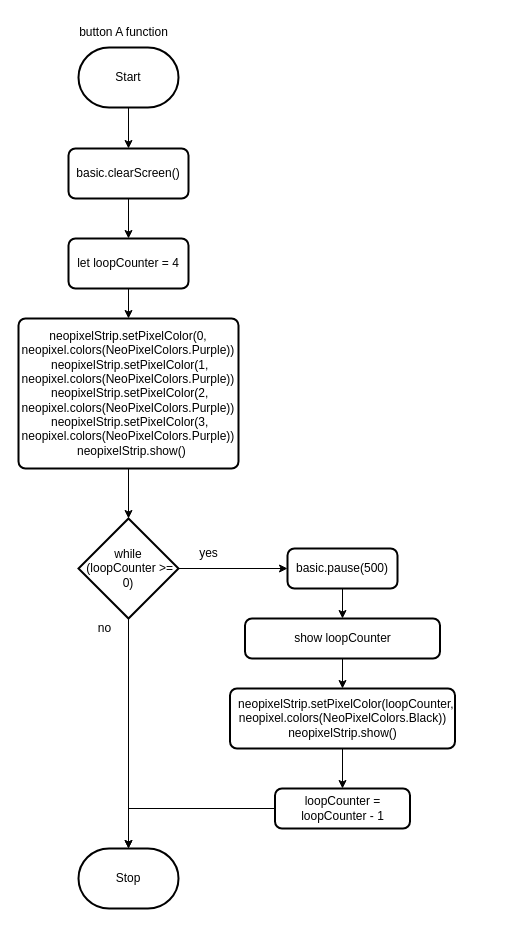
Before: design/flowchart.drawio in MTHS-TEJ2O-1-2023/TEJ2O-Unit-2-13-Liya-Getachew, a draw.io diagram. Source tidied: cells renumbered, new cells numbered last; positions are measured from the earlier drawing's top-left corner, leaving out a move shared by most shapes. Both pictures are drawn from the tidied source at 100%, with x=0, y=0 at pixel (18, 17).
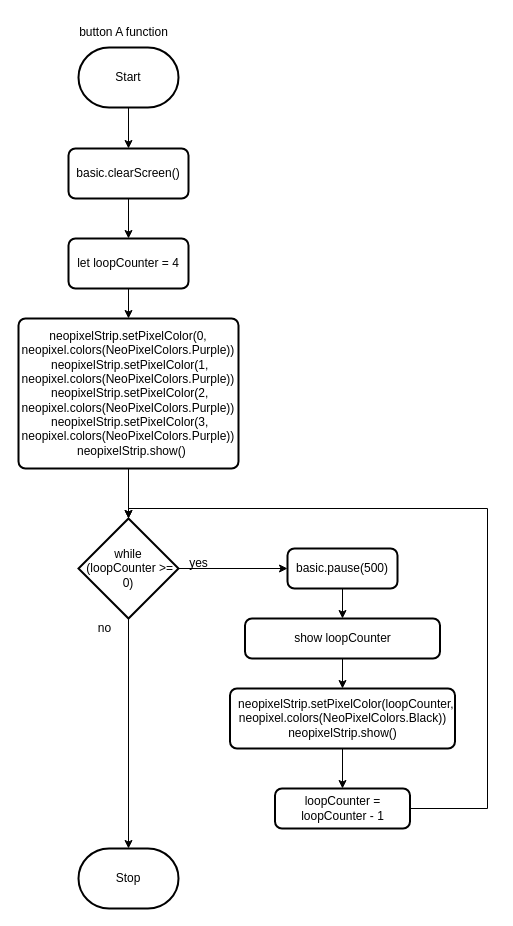
After the change.

Unchanged cells that the change refers to:
```xml
<mxCell id="4" value="Stop" style="strokeWidth=2;html=1;shape=mxgraph.flowchart.terminator;whiteSpace=wrap;" parent="1" vertex="1">
  <mxGeometry x="60" y="831" width="100" height="60" as="geometry" />
</mxCell>
<mxCell id="12" value="while&lt;br&gt;&amp;nbsp;(loopCounter &amp;gt;= 0)" style="strokeWidth=2;html=1;shape=mxgraph.flowchart.decision;whiteSpace=wrap;" parent="1" vertex="1">
  <mxGeometry x="60" y="501" width="100" height="100" as="geometry" />
</mxCell>
<mxCell id="22" value="loopCounter = loopCounter - 1" style="rounded=1;whiteSpace=wrap;html=1;absoluteArcSize=1;arcSize=14;strokeWidth=2;" parent="1" vertex="1">
  <mxGeometry x="256.5" y="771" width="135" height="40" as="geometry" />
</mxCell>
```

Change to the diagram source:
```diff
@@
-    <mxCell id="21" style="edgeStyle=orthogonalEdgeStyle;html=1;entryX=0.5;entryY=0;entryDx=0;entryDy=0;entryPerimeter=0;rounded=0;" parent="1" edge="1" source="22" target="4">
-      <mxGeometry relative="1" as="geometry" />
+    <mxCell id="21" style="edgeStyle=orthogonalEdgeStyle;html=1;entryX=0.5;entryY=0;entryDx=0;entryDy=0;entryPerimeter=0;rounded=0;" parent="1" edge="1" source="22" target="12">
+      <mxGeometry relative="1" as="geometry">
+        <Array as="points">
+          <mxPoint x="469" y="791" />
+          <mxPoint x="469" y="491" />
+          <mxPoint x="110" y="491" />
+        </Array>
+      </mxGeometry>
     </mxCell>
@@
     <mxCell id="23" value="yes" style="text;html=1;align=center;verticalAlign=middle;strokeColor=none;fillColor=none;" parent="1" vertex="1">
-      <mxGeometry x="170" y="521" width="40" height="30" as="geometry" />
+      <mxGeometry x="160" y="531" width="40" height="30" as="geometry" />
     </mxCell>
```
